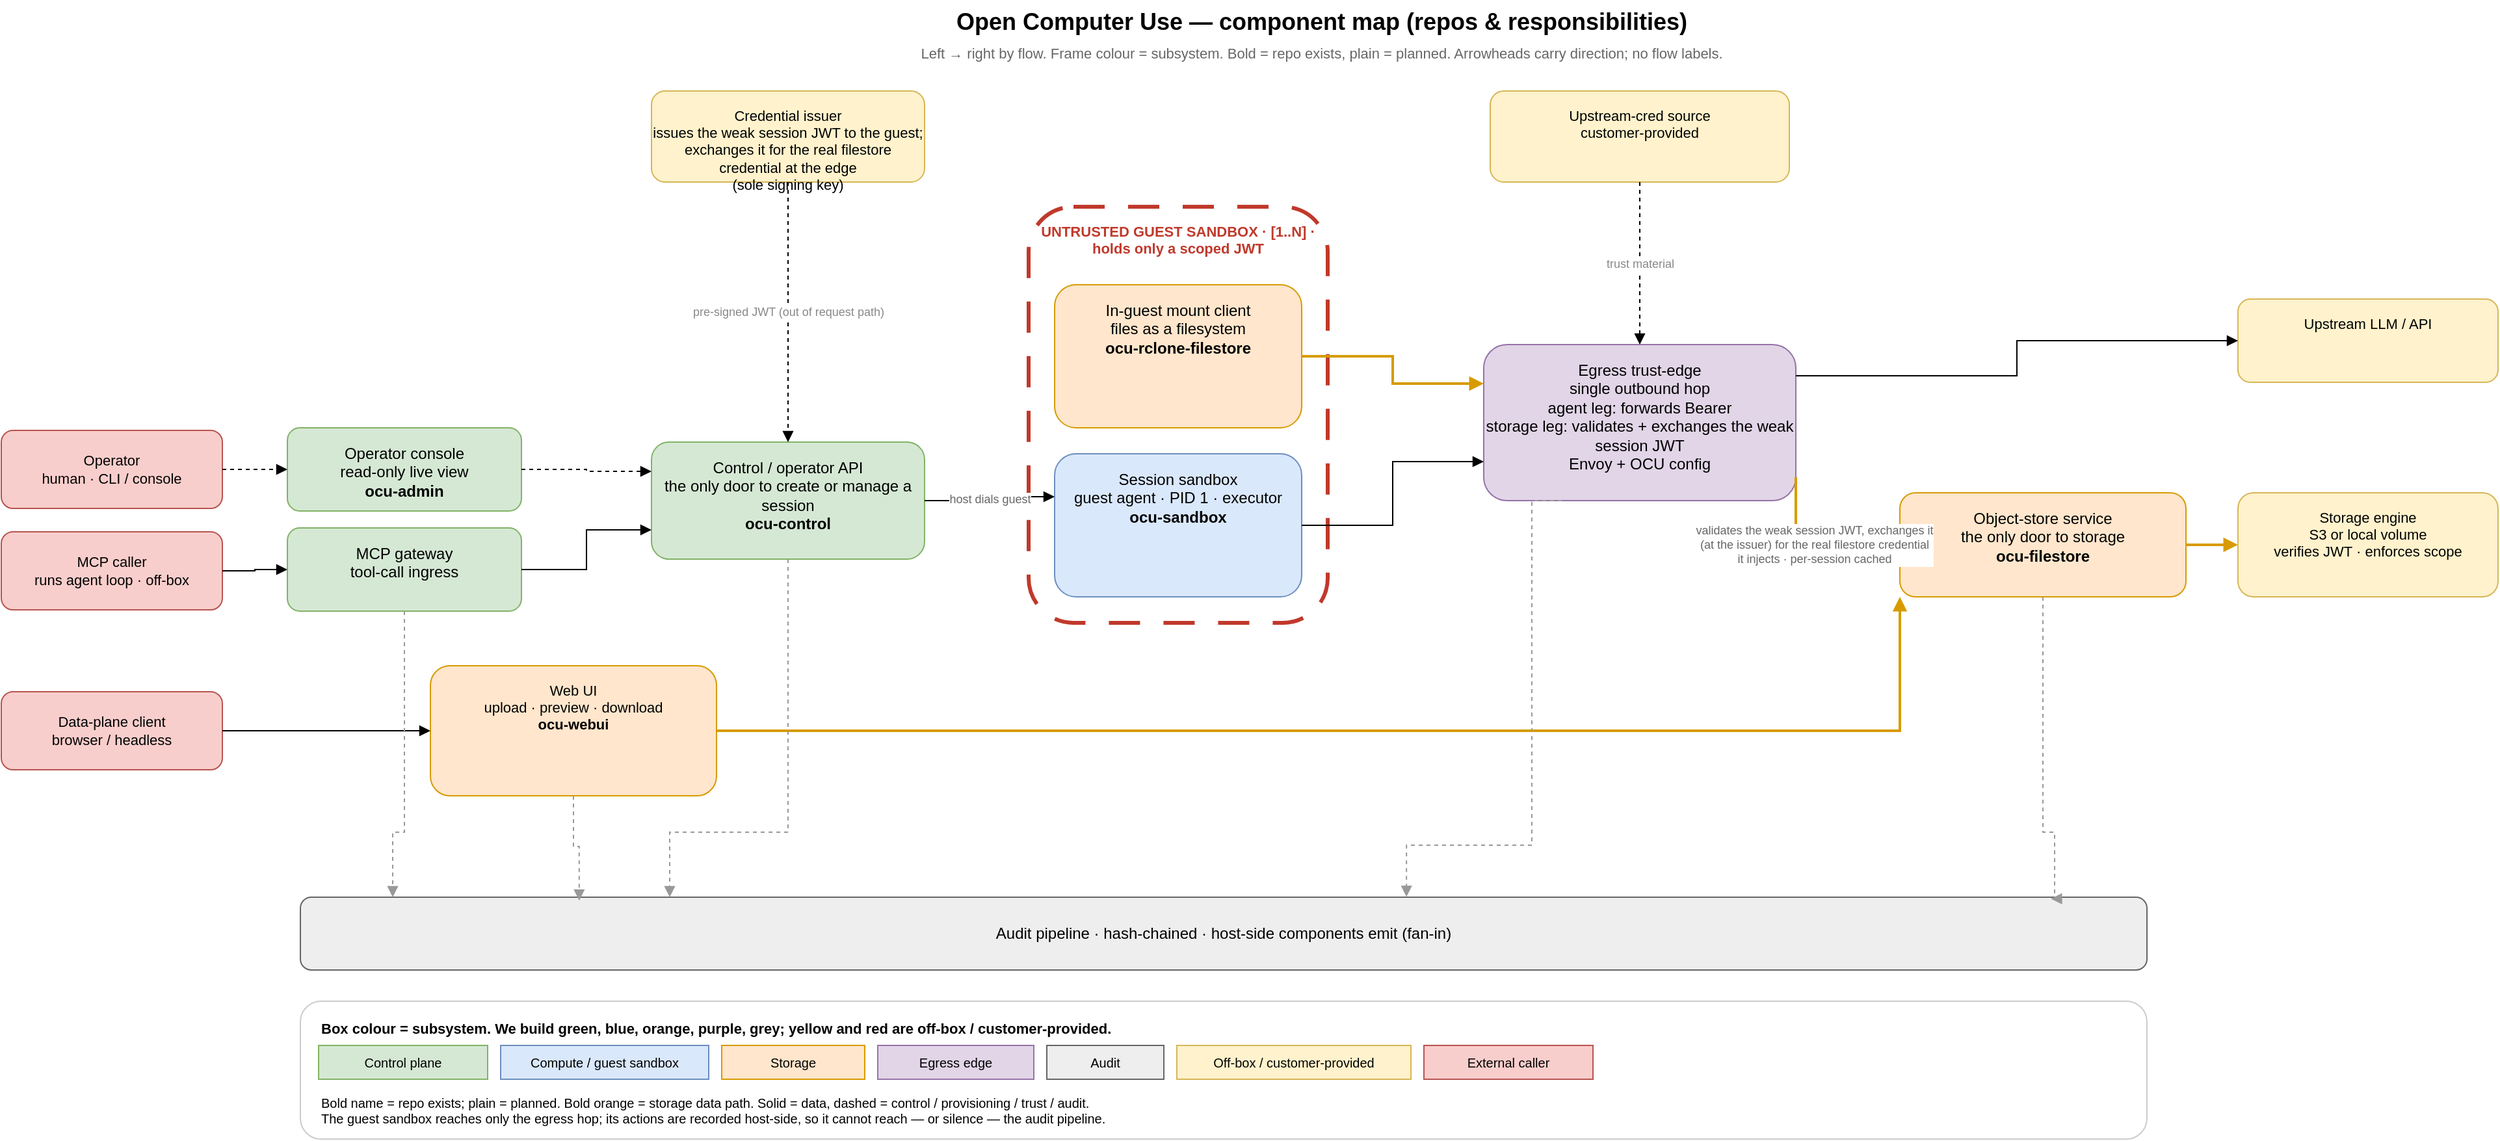
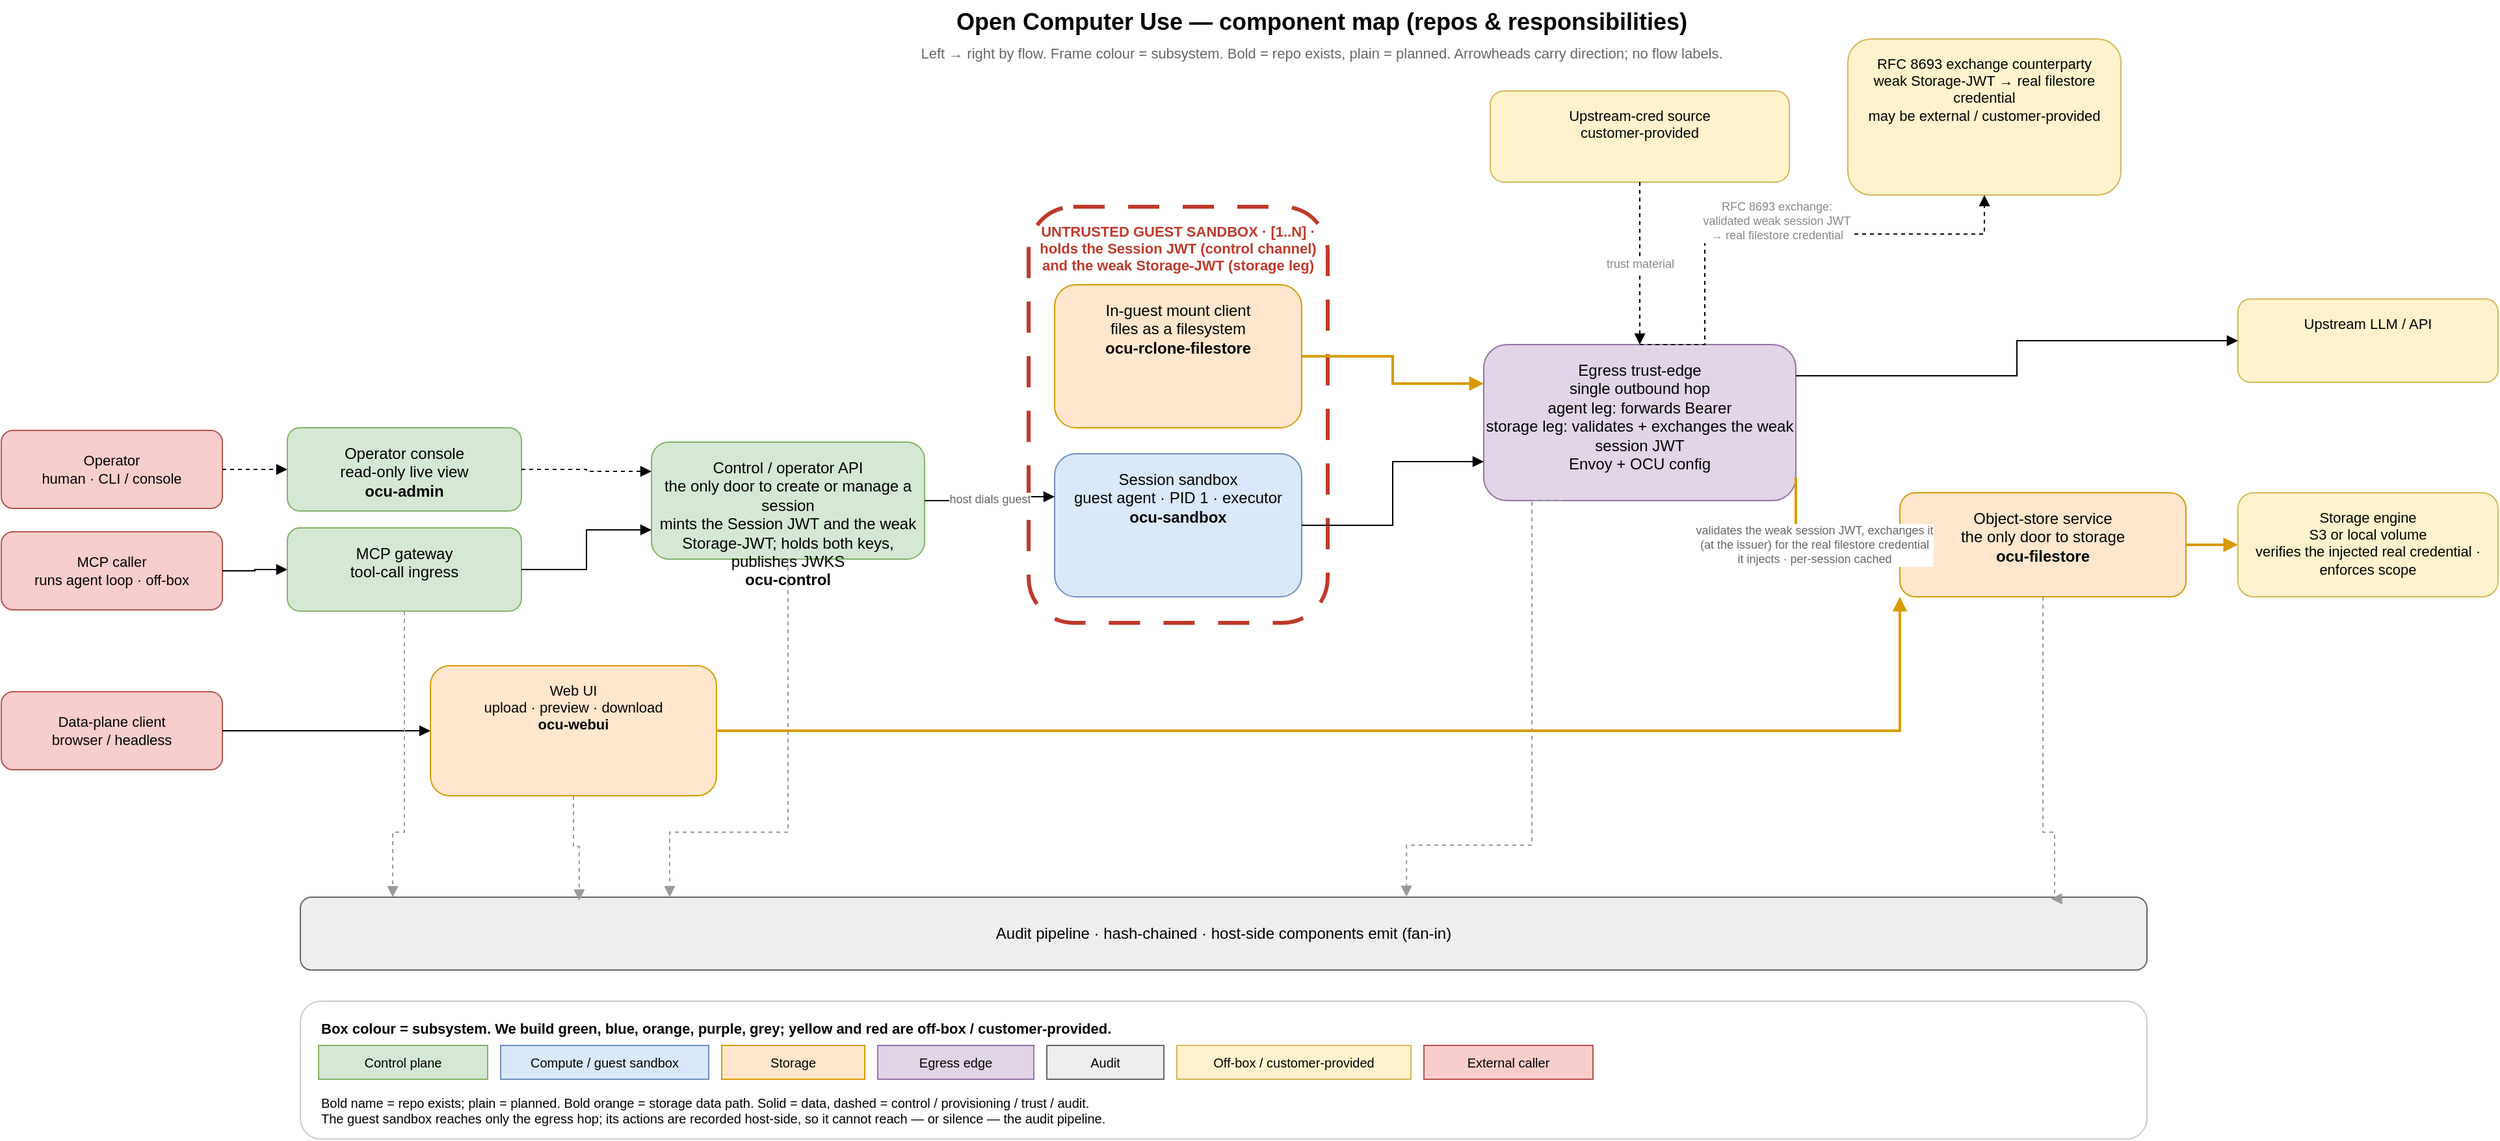
<mxfile host="65bd71144e">
    <diagram id="ocu-components" name="Component map">
-         <mxGraphModel dx="1435" dy="1511" grid="1" gridSize="10" guides="1" tooltips="1" connect="1" arrows="1" fold="1" page="1" pageScale="1" pageWidth="2000" pageHeight="900" math="0" shadow="0">
+         <mxGraphModel dx="1078" dy="1662" grid="1" gridSize="10" guides="1" tooltips="1" connect="1" arrows="1" fold="1" page="1" pageScale="1" pageWidth="2000" pageHeight="900" math="0" shadow="0">
            <root>
                <mxCell id="0"/>
                <mxCell id="1" parent="0"/>
                <mxCell id="title" value="Open Computer Use — component map (repos &amp; responsibilities)" style="text;html=1;strokeColor=none;fillColor=none;fontSize=18;fontStyle=1;align=center;" parent="1" vertex="1">
                    <mxGeometry x="700" y="20" width="710" height="28" as="geometry"/>
                </mxCell>
                <mxCell id="sub" value="Left → right by flow. Frame colour = subsystem. Bold = repo exists, plain = planned. Arrowheads carry direction; no flow labels." style="text;html=1;strokeColor=none;fillColor=none;fontSize=11;fontColor=#666;align=center;" parent="1" vertex="1">
                    <mxGeometry x="700" y="48" width="710" height="16" as="geometry"/>
                </mxCell>
                <mxCell id="x-peer" value="MCP caller&#xa;runs agent loop · off-box" style="rounded=1;whiteSpace=wrap;html=1;fillColor=#f8cecc;strokeColor=#b85450;fontSize=11;" parent="1" vertex="1">
                    <mxGeometry x="40" y="429" width="170" height="60" as="geometry"/>
                </mxCell>
                <mxCell id="x-op" value="Operator&#xa;human · CLI / console" style="rounded=1;whiteSpace=wrap;html=1;fillColor=#f8cecc;strokeColor=#b85450;fontSize=11;" parent="1" vertex="1">
                    <mxGeometry x="40" y="351" width="170" height="60" as="geometry"/>
                </mxCell>
                <mxCell id="x-dpc" value="Data-plane client&#xa;browser / headless" style="rounded=1;whiteSpace=wrap;html=1;fillColor=#f8cecc;strokeColor=#b85450;fontSize=11;" parent="1" vertex="1">
                    <mxGeometry x="40" y="552" width="170" height="60" as="geometry"/>
                </mxCell>
-                 <mxCell id="o-issuer" value="Credential issuer&#xa;issues the weak session JWT to the guest;&#xa;exchanges it for the real filestore credential at the edge&#xa;(sole signing key)" style="rounded=1;whiteSpace=wrap;html=1;fillColor=#fff2cc;strokeColor=#d6b656;fontSize=11;verticalAlign=top;spacingTop=6;" parent="1" vertex="1">
-                     <mxGeometry x="540" y="90" width="210" height="70" as="geometry"/>
+                 <mxCell id="o-issuer" value="RFC 8693 exchange counterparty&#xa;weak Storage-JWT → real filestore credential&#xa;may be external / customer-provided" style="rounded=1;whiteSpace=wrap;html=1;fillColor=#fff2cc;strokeColor=#d6b656;fontSize=11;verticalAlign=top;spacingTop=6;" parent="1" vertex="1">
+                     <mxGeometry x="1460" y="50" width="210" height="120" as="geometry"/>
                </mxCell>
                <mxCell id="c01" value="MCP gateway&#xa;tool-call ingress" style="rounded=1;whiteSpace=wrap;html=1;fillColor=#d5e8d4;strokeColor=#82b366;fontSize=12;verticalAlign=top;spacingTop=6;" parent="1" vertex="1">
                    <mxGeometry x="260" y="426" width="180" height="64" as="geometry"/>
                </mxCell>
                <mxCell id="cadmin" value="Operator console&#xa;read-only live view&#xa;&lt;b&gt;ocu-admin&lt;/b&gt;" style="rounded=1;whiteSpace=wrap;html=1;fillColor=#d5e8d4;strokeColor=#82b366;fontSize=12;verticalAlign=top;spacingTop=6;" parent="1" vertex="1">
                    <mxGeometry x="260" y="349" width="180" height="64" as="geometry"/>
                </mxCell>
-                 <mxCell id="c02" value="Control / operator API&#xa;the only door to create or manage a session&#xa;&lt;b&gt;ocu-control&lt;/b&gt;" style="rounded=1;whiteSpace=wrap;html=1;fillColor=#d5e8d4;strokeColor=#82b366;fontSize=12;verticalAlign=top;spacingTop=6;" parent="1" vertex="1">
+                 <mxCell id="c02" value="Control / operator API&#xa;the only door to create or manage a session&#xa;mints the Session JWT and the weak Storage-JWT; holds both keys, publishes JWKS&#xa;&lt;b&gt;ocu-control&lt;/b&gt;" style="rounded=1;whiteSpace=wrap;html=1;fillColor=#d5e8d4;strokeColor=#82b366;fontSize=12;verticalAlign=top;spacingTop=6;" parent="1" vertex="1">
                    <mxGeometry x="540" y="360" width="210" height="90" as="geometry"/>
                </mxCell>
-                 <mxCell id="guestframe" value="UNTRUSTED GUEST SANDBOX · [1..N] · holds only a scoped JWT" style="rounded=1;whiteSpace=wrap;html=1;fillColor=none;strokeColor=#c0392b;strokeWidth=3;dashed=1;dashPattern=8 6;fontSize=11;fontStyle=1;fontColor=#c0392b;verticalAlign=top;align=center;spacingTop=6;" parent="1" vertex="1">
+                 <mxCell id="guestframe" value="UNTRUSTED GUEST SANDBOX · [1..N] · holds the Session JWT (control channel) and the weak Storage-JWT (storage leg)" style="rounded=1;whiteSpace=wrap;html=1;fillColor=none;strokeColor=#c0392b;strokeWidth=3;dashed=1;dashPattern=8 6;fontSize=11;fontStyle=1;fontColor=#c0392b;verticalAlign=top;align=center;spacingTop=6;" parent="1" vertex="1">
                    <mxGeometry x="830" y="179" width="230" height="320" as="geometry"/>
                </mxCell>
                <mxCell id="g-agent" value="Session sandbox&#xa;guest agent · PID 1 · executor&#xa;&lt;b&gt;ocu-sandbox&lt;/b&gt;" style="rounded=1;whiteSpace=wrap;html=1;fillColor=#dae8fc;strokeColor=#6c8ebf;fontSize=12;verticalAlign=top;spacingTop=6;" parent="guestframe" vertex="1">
                    <mxGeometry x="20" y="190" width="190" height="110" as="geometry"/>
                </mxCell>
                <mxCell id="g-mount" value="In-guest mount client&#xa;files as a filesystem&#xa;&lt;b&gt;ocu-rclone-filestore&lt;/b&gt;" style="rounded=1;whiteSpace=wrap;html=1;fillColor=#ffe6cc;strokeColor=#d79b00;fontSize=12;verticalAlign=top;spacingTop=6;" parent="guestframe" vertex="1">
                    <mxGeometry x="20" y="60" width="190" height="110" as="geometry"/>
                </mxCell>
                <mxCell id="c06" value="Egress trust-edge&#xa;single outbound hop&#xa;agent leg: forwards Bearer&#xa;storage leg: validates + exchanges the weak session JWT&#xa;Envoy + OCU config" style="rounded=1;whiteSpace=wrap;html=1;fillColor=#e1d5e7;strokeColor=#9673a6;fontSize=12;verticalAlign=top;spacingTop=6;" parent="1" vertex="1">
                    <mxGeometry x="1180" y="285" width="240" height="120" as="geometry"/>
                </mxCell>
                <mxCell id="c08" value="Web UI&#xa;upload · preview · download&#xa;&lt;b&gt;ocu-webui&lt;/b&gt;" style="rounded=1;whiteSpace=wrap;html=1;fillColor=#ffe6cc;strokeColor=#d79b00;fontSize=11;verticalAlign=top;spacingTop=6;" parent="1" vertex="1">
                    <mxGeometry x="370" y="532" width="220" height="100" as="geometry"/>
                </mxCell>
                <mxCell id="c04" value="Object-store service&#xa;the only door to storage&#xa;&lt;b&gt;ocu-filestore&lt;/b&gt;" style="rounded=1;whiteSpace=wrap;html=1;fillColor=#ffe6cc;strokeColor=#d79b00;fontSize=12;verticalAlign=top;spacingTop=6;" parent="1" vertex="1">
                    <mxGeometry x="1500" y="399" width="220" height="80" as="geometry"/>
                </mxCell>
                <mxCell id="o-up" value="Upstream LLM / API" style="rounded=1;whiteSpace=wrap;html=1;fillColor=#fff2cc;strokeColor=#d6b656;fontSize=11;verticalAlign=top;spacingTop=6;" parent="1" vertex="1">
                    <mxGeometry x="1760" y="250" width="200" height="64" as="geometry"/>
                </mxCell>
                <mxCell id="o-sds" value="Upstream-cred source&#xa;customer-provided" style="rounded=1;whiteSpace=wrap;html=1;fillColor=#fff2cc;strokeColor=#d6b656;fontSize=11;verticalAlign=top;spacingTop=6;" parent="1" vertex="1">
                    <mxGeometry x="1185" y="90" width="230" height="70" as="geometry"/>
                </mxCell>
-                 <mxCell id="o-backend" value="Storage engine&#xa;S3 or local volume&#xa;verifies JWT · enforces scope" style="rounded=1;whiteSpace=wrap;html=1;fillColor=#fff2cc;strokeColor=#d6b656;fontSize=11;verticalAlign=top;spacingTop=6;" parent="1" vertex="1">
+                 <mxCell id="o-backend" value="Storage engine&#xa;S3 or local volume&#xa;verifies the injected real credential · enforces scope" style="rounded=1;whiteSpace=wrap;html=1;fillColor=#fff2cc;strokeColor=#d6b656;fontSize=11;verticalAlign=top;spacingTop=6;" parent="1" vertex="1">
                    <mxGeometry x="1760" y="399" width="200" height="80" as="geometry"/>
                </mxCell>
                <mxCell id="c07" value="Audit pipeline · hash-chained · host-side components emit (fan-in)" style="rounded=1;whiteSpace=wrap;html=1;fillColor=#eeeeee;strokeColor=#666666;fontSize=12;verticalAlign=middle;align=center;" parent="1" vertex="1">
                    <mxGeometry x="270" y="710" width="1420" height="56" as="geometry"/>
                </mxCell>
                <mxCell id="e-peer" style="edgeStyle=orthogonalEdgeStyle;html=1;rounded=0;endArrow=block;exitX=1;exitY=0.5;entryX=0;entryY=0.5;" parent="1" source="x-peer" target="c01" edge="1">
                    <mxGeometry relative="1" as="geometry"/>
                </mxCell>
                <mxCell id="e-gw-ctrl" style="edgeStyle=orthogonalEdgeStyle;html=1;rounded=0;endArrow=block;exitX=1;exitY=0.5;entryX=0;entryY=0.75;entryDx=0;entryDy=0;" parent="1" source="c01" target="c02" edge="1">
                    <mxGeometry relative="1" as="geometry"/>
                </mxCell>
                <mxCell id="e-ctrl-sbx" value="host dials guest" style="edgeStyle=orthogonalEdgeStyle;html=1;rounded=0;endArrow=block;fontSize=9;fontColor=#666;exitX=1;exitY=0.5;entryX=0;entryY=0.3;" parent="1" source="c02" target="g-agent" edge="1">
                    <mxGeometry relative="1" as="geometry"/>
                </mxCell>
                <mxCell id="e-op-admin" style="edgeStyle=orthogonalEdgeStyle;html=1;rounded=0;endArrow=block;dashed=1;exitX=1;exitY=0.5;entryX=0;entryY=0.5;exitDx=0;exitDy=0;" parent="1" source="x-op" target="cadmin" edge="1">
                    <mxGeometry relative="1" as="geometry"/>
                </mxCell>
                <mxCell id="e-admin-ctrl" style="edgeStyle=orthogonalEdgeStyle;html=1;rounded=0;endArrow=block;dashed=1;exitX=1;exitY=0.5;entryX=0;entryY=0.25;entryDx=0;entryDy=0;" parent="1" source="cadmin" target="c02" edge="1">
                    <mxGeometry relative="1" as="geometry"/>
                </mxCell>
-                 <mxCell id="e-iss-ctrl" value="pre-signed JWT (out of request path)" style="edgeStyle=orthogonalEdgeStyle;html=1;rounded=0;endArrow=block;dashed=1;fontSize=9;fontColor=#888;exitX=0.5;exitY=1;entryX=0.5;entryY=0;exitDx=0;exitDy=0;" parent="1" source="o-issuer" target="c02" edge="1">
+                 <mxCell id="e-egr-iss" value="RFC 8693 exchange:&#xa;validated weak session JWT&#xa;→ real filestore credential" style="edgeStyle=orthogonalEdgeStyle;html=1;rounded=0;endArrow=block;dashed=1;fontSize=9;fontColor=#888;exitX=0.5;exitY=0;entryX=0.5;entryY=1;exitDx=0;exitDy=0;" parent="1" source="c06" target="o-issuer" edge="1">
                    <mxGeometry relative="1" as="geometry">
                        <mxPoint x="645" y="189" as="sourcePoint"/>
+                         <Array as="points">
+                             <mxPoint x="1350" y="285"/>
+                             <mxPoint x="1350" y="190"/>
+                             <mxPoint x="1450" y="190"/>
+                             <mxPoint x="1450" y="200"/>
+                             <mxPoint x="1565" y="200"/>
+                         </Array>
                    </mxGeometry>
                </mxCell>
                <mxCell id="e-mount-egr" style="edgeStyle=orthogonalEdgeStyle;html=1;rounded=0;endArrow=block;strokeWidth=2;strokeColor=#d79b00;exitX=1;exitY=0.5;entryX=0;entryY=0.25;entryDx=0;entryDy=0;" parent="1" source="g-mount" target="c06" edge="1">
                    <mxGeometry relative="1" as="geometry"/>
                </mxCell>
                <mxCell id="e-egr-backend" value="validates the weak session JWT, exchanges it&#xa;(at the issuer) for the real filestore credential&#xa;it injects · per-session cached" style="edgeStyle=orthogonalEdgeStyle;html=1;rounded=0;endArrow=block;strokeWidth=2;strokeColor=#d79b00;fontSize=9;fontColor=#666;exitX=1;exitY=0.85;entryX=0;entryY=0.5;entryDx=0;entryDy=0;" parent="1" source="c06" target="c04" edge="1">
                    <mxGeometry relative="1" as="geometry">
                        <Array as="points">
                            <mxPoint x="1500" y="439"/>
                            <mxPoint x="1500" y="439"/>
                        </Array>
                    </mxGeometry>
                </mxCell>
                <mxCell id="e-dpc" style="edgeStyle=orthogonalEdgeStyle;html=1;rounded=0;endArrow=block;exitX=1;exitY=0.5;entryX=0;entryY=0.5;" parent="1" source="x-dpc" target="c08" edge="1">
                    <mxGeometry relative="1" as="geometry"/>
                </mxCell>
                <mxCell id="e-webui-c04" style="edgeStyle=orthogonalEdgeStyle;html=1;rounded=0;endArrow=block;strokeWidth=2;strokeColor=#d79b00;exitX=1;exitY=0.5;entryX=0;entryY=1;entryDx=0;entryDy=0;" parent="1" source="c08" target="c04" edge="1">
                    <mxGeometry relative="1" as="geometry"/>
                </mxCell>
                <mxCell id="e-c04-backend" style="edgeStyle=orthogonalEdgeStyle;html=1;rounded=0;endArrow=block;strokeWidth=2;strokeColor=#d79b00;exitX=1;exitY=0.5;entryX=0;entryY=0.5;entryDx=0;entryDy=0;" parent="1" source="c04" target="o-backend" edge="1">
                    <mxGeometry relative="1" as="geometry"/>
                </mxCell>
                <mxCell id="e-agent-egr" style="edgeStyle=orthogonalEdgeStyle;html=1;rounded=0;endArrow=block;exitX=1;exitY=0.5;entryX=0;entryY=0.75;entryDx=0;entryDy=0;" parent="1" source="g-agent" target="c06" edge="1">
                    <mxGeometry relative="1" as="geometry"/>
                </mxCell>
                <mxCell id="e-egr-up" style="edgeStyle=orthogonalEdgeStyle;html=1;rounded=0;endArrow=block;exitX=1;exitY=0.2;entryX=0;entryY=0.5;" parent="1" source="c06" target="o-up" edge="1">
                    <mxGeometry relative="1" as="geometry"/>
                </mxCell>
                <mxCell id="e-sds-egr" value="trust material" style="edgeStyle=orthogonalEdgeStyle;html=1;rounded=0;endArrow=block;dashed=1;fontSize=9;fontColor=#888;exitX=0.5;exitY=1;entryX=0.5;entryY=0;exitDx=0;exitDy=0;" parent="1" source="o-sds" target="c06" edge="1">
                    <mxGeometry relative="1" as="geometry">
                        <mxPoint x="1295" y="189" as="sourcePoint"/>
                    </mxGeometry>
                </mxCell>
                <mxCell id="e-gw-audit" style="edgeStyle=orthogonalEdgeStyle;html=1;rounded=0;endArrow=block;dashed=1;strokeColor=#999;exitX=0.5;exitY=1;entryX=0.05;entryY=0;" parent="1" source="c01" target="c07" edge="1">
                    <mxGeometry relative="1" as="geometry">
                        <Array as="points">
                            <mxPoint x="350" y="660"/>
                            <mxPoint x="341" y="660"/>
                        </Array>
                    </mxGeometry>
                </mxCell>
                <mxCell id="e-ctrl-audit" style="edgeStyle=orthogonalEdgeStyle;html=1;rounded=0;endArrow=block;dashed=1;strokeColor=#999;exitX=0.5;exitY=1;entryX=0.2;entryY=0;" parent="1" source="c02" target="c07" edge="1">
                    <mxGeometry relative="1" as="geometry">
                        <Array as="points">
                            <mxPoint x="645" y="660"/>
                            <mxPoint x="554" y="660"/>
                        </Array>
                    </mxGeometry>
                </mxCell>
                <mxCell id="e-egr-audit" style="edgeStyle=orthogonalEdgeStyle;html=1;rounded=0;endArrow=block;dashed=1;strokeColor=#999;exitX=0.25;exitY=1;entryX=0.599;entryY=-0.005;exitDx=0;exitDy=0;entryDx=0;entryDy=0;entryPerimeter=0;" parent="1" source="c06" target="c07" edge="1">
                    <mxGeometry relative="1" as="geometry">
                        <Array as="points">
                            <mxPoint x="1217" y="670"/>
                            <mxPoint x="1121" y="670"/>
                        </Array>
                    </mxGeometry>
                </mxCell>
                <mxCell id="e-c04-audit" style="edgeStyle=orthogonalEdgeStyle;html=1;rounded=0;endArrow=block;dashed=1;strokeColor=#999;exitX=0.5;exitY=1;entryX=0.948;entryY=0.022;entryDx=0;entryDy=0;entryPerimeter=0;" parent="1" source="c04" target="c07" edge="1">
                    <mxGeometry relative="1" as="geometry">
                        <Array as="points">
                            <mxPoint x="1610" y="660"/>
                            <mxPoint x="1619" y="660"/>
                            <mxPoint x="1619" y="711"/>
                        </Array>
                    </mxGeometry>
                </mxCell>
                <mxCell id="e-c08-audit" style="edgeStyle=orthogonalEdgeStyle;html=1;rounded=0;endArrow=block;dashed=1;strokeColor=#999;exitX=0.5;exitY=1;entryX=0.151;entryY=0.047;entryDx=0;entryDy=0;entryPerimeter=0;" parent="1" source="c08" target="c07" edge="1">
                    <mxGeometry relative="1" as="geometry"/>
                </mxCell>
                <mxCell id="legendbox" value="" style="rounded=1;whiteSpace=wrap;html=1;fillColor=#ffffff;strokeColor=#cccccc;" parent="1" vertex="1">
                    <mxGeometry x="270" y="790" width="1420" height="106" as="geometry"/>
                </mxCell>
                <mxCell id="legendtitle" value="Box colour = subsystem. We build green, blue, orange, purple, grey; yellow and red are off-box / customer-provided." style="text;html=1;strokeColor=none;fillColor=none;fontSize=11;fontStyle=1;align=left;" parent="legendbox" vertex="1">
                    <mxGeometry x="14" y="8" width="1390" height="18" as="geometry"/>
                </mxCell>
                <mxCell id="sw-green" value="Control plane" style="rounded=0;whiteSpace=wrap;html=1;fillColor=#d5e8d4;strokeColor=#82b366;fontSize=10;" parent="legendbox" vertex="1">
                    <mxGeometry x="14" y="34" width="130" height="26" as="geometry"/>
                </mxCell>
                <mxCell id="sw-blue" value="Compute / guest sandbox" style="rounded=0;whiteSpace=wrap;html=1;fillColor=#dae8fc;strokeColor=#6c8ebf;fontSize=10;" parent="legendbox" vertex="1">
                    <mxGeometry x="154" y="34" width="160" height="26" as="geometry"/>
                </mxCell>
                <mxCell id="sw-orange" value="Storage" style="rounded=0;whiteSpace=wrap;html=1;fillColor=#ffe6cc;strokeColor=#d79b00;fontSize=10;" parent="legendbox" vertex="1">
                    <mxGeometry x="324" y="34" width="110" height="26" as="geometry"/>
                </mxCell>
                <mxCell id="sw-purple" value="Egress edge" style="rounded=0;whiteSpace=wrap;html=1;fillColor=#e1d5e7;strokeColor=#9673a6;fontSize=10;" parent="legendbox" vertex="1">
                    <mxGeometry x="444" y="34" width="120" height="26" as="geometry"/>
                </mxCell>
                <mxCell id="sw-grey" value="Audit" style="rounded=0;whiteSpace=wrap;html=1;fillColor=#eeeeee;strokeColor=#666666;fontSize=10;" parent="legendbox" vertex="1">
                    <mxGeometry x="574" y="34" width="90" height="26" as="geometry"/>
                </mxCell>
                <mxCell id="sw-yellow" value="Off-box / customer-provided" style="rounded=0;whiteSpace=wrap;html=1;fillColor=#fff2cc;strokeColor=#d6b656;fontSize=10;" parent="legendbox" vertex="1">
                    <mxGeometry x="674" y="34" width="180" height="26" as="geometry"/>
                </mxCell>
                <mxCell id="sw-red" value="External caller" style="rounded=0;whiteSpace=wrap;html=1;fillColor=#f8cecc;strokeColor=#b85450;fontSize=10;" parent="legendbox" vertex="1">
                    <mxGeometry x="864" y="34" width="130" height="26" as="geometry"/>
                </mxCell>
                <mxCell id="legendtext" value="Bold name = repo exists; plain = planned.   Bold orange = storage data path.   Solid = data, dashed = control / provisioning / trust / audit.&#xa;The guest sandbox reaches only the egress hop; its actions are recorded host-side, so it cannot reach — or silence — the audit pipeline." style="text;html=1;strokeColor=none;fillColor=none;fontSize=10;align=left;" parent="legendbox" vertex="1">
                    <mxGeometry x="14" y="66" width="1390" height="32" as="geometry"/>
                </mxCell>
            </root>
        </mxGraphModel>
    </diagram>
</mxfile>